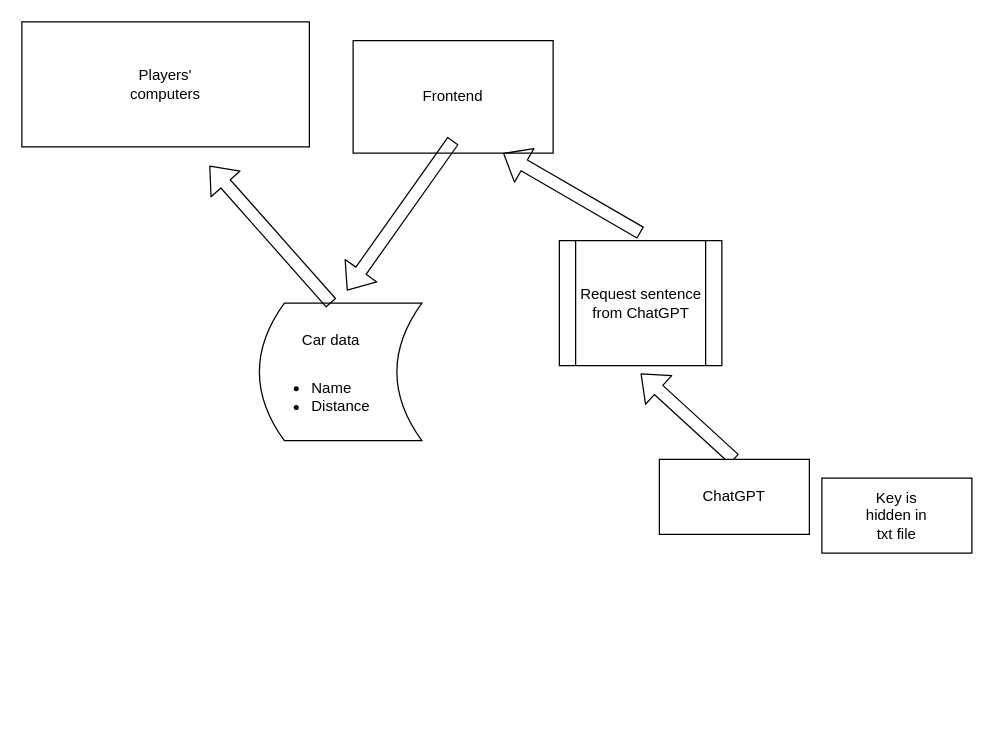
The draw.io diagram diagram.drawio in BobTheFarmer/VACTQ-Backend, before the edit. Source tidied: cells renumbered, new cells numbered last; positions are measured from the earlier drawing's top-left corner, leaving out a move shared by most shapes. Both pictures are drawn from the tidied source at 125%, with x=0, y=0 at pixel (21, 21).
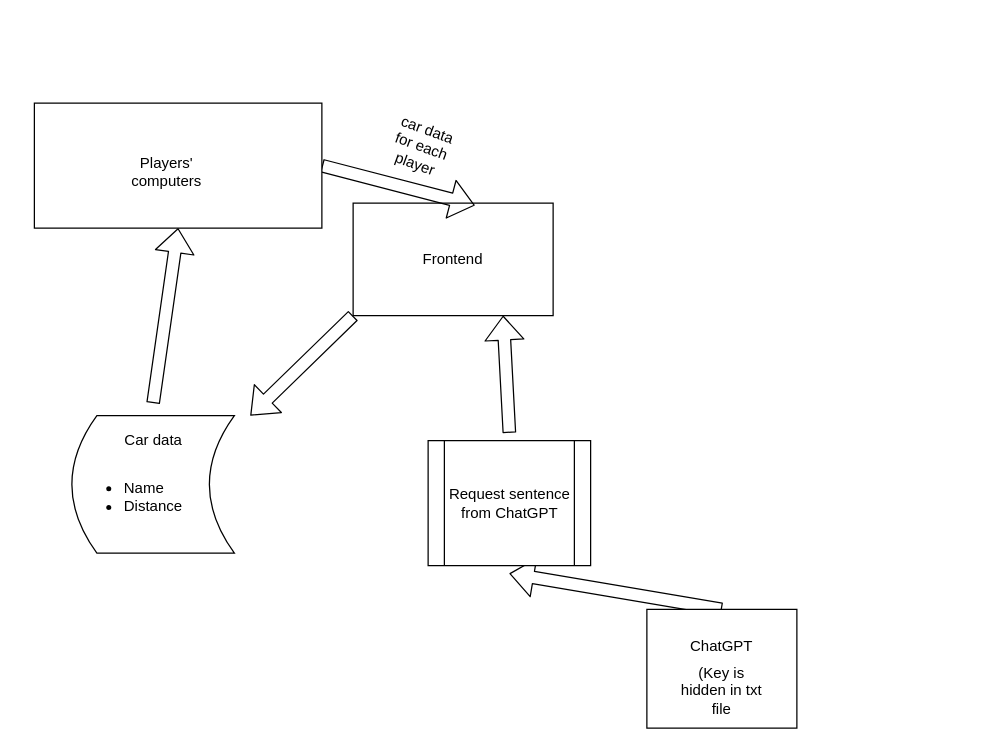
The same page after the edit.

Change to the diagram source:
```diff
@@
+    <mxCell id="19" style="edgeStyle=none;shape=flexArrow;html=1;exitX=0;exitY=1;exitDx=0;exitDy=0;" parent="1" edge="1" source="2" target="8">
+      <mxGeometry relative="1" as="geometry" />
+    </mxCell>
     <mxCell id="2" style="rounded=0;whiteSpace=wrap;html=1;" parent="1" vertex="1">
-      <mxGeometry x="265" y="15" width="160" height="90" as="geometry" />
+      <mxGeometry x="265" y="145" width="160" height="90" as="geometry" />
     </mxCell>
-    <mxCell id="3" style="edgeStyle=none;shape=flexArrow;html=1;exitX=0.5;exitY=1;exitDx=0;exitDy=0;" parent="1" edge="1" source="4">
-      <mxGeometry relative="1" as="geometry">
-        <mxPoint x="260" y="215" as="targetPoint" />
-      </mxGeometry>
-    </mxCell>
     <mxCell id="4" value="Frontend" style="text;html=1;strokeColor=none;fillColor=none;align=center;verticalAlign=middle;whiteSpace=wrap;rounded=0;" parent="1" vertex="1">
-      <mxGeometry x="290" y="25" width="110" height="70" as="geometry" />
+      <mxGeometry x="290" y="155" width="110" height="70" as="geometry" />
     </mxCell>
     <mxCell id="5" style="shape=dataStorage;whiteSpace=wrap;html=1;fixedSize=1;" parent="1" vertex="1">
-      <mxGeometry x="190" y="225" width="130" height="110" as="geometry" />
+      <mxGeometry x="40" y="315" width="130" height="110" as="geometry" />
     </mxCell>
-    <mxCell id="6" style="edgeStyle=none;shape=flexArrow;html=1;exitX=0.5;exitY=0;exitDx=0;exitDy=0;" parent="1" edge="1" source="7">
-      <mxGeometry relative="1" as="geometry">
-        <mxPoint x="150" y="115" as="targetPoint" />
-      </mxGeometry>
-    </mxCell>
+    <mxCell id="20" style="edgeStyle=none;shape=flexArrow;html=1;exitX=0.5;exitY=0;exitDx=0;exitDy=0;entryX=0.5;entryY=1;entryDx=0;entryDy=0;" parent="1" edge="1" source="7" target="15">
+      <mxGeometry relative="1" as="geometry" />
+    </mxCell>
     <mxCell id="7" value="Car data" style="text;html=1;strokeColor=none;fillColor=none;align=center;verticalAlign=middle;whiteSpace=wrap;rounded=0;" parent="1" vertex="1">
-      <mxGeometry x="205" y="225" width="85" height="60" as="geometry" />
+      <mxGeometry x="62.5" y="305" width="85" height="60" as="geometry" />
     </mxCell>
     <mxCell id="8" value="&lt;ul&gt;&lt;li&gt;Name&lt;/li&gt;&lt;li&gt;Distance&lt;/li&gt;&lt;/ul&gt;" style="text;strokeColor=none;fillColor=none;html=1;whiteSpace=wrap;verticalAlign=middle;overflow=hidden;" parent="1" vertex="1">
-      <mxGeometry x="190" y="235" width="152" height="130" as="geometry" />
+      <mxGeometry x="40" y="315" width="152" height="130" as="geometry" />
     </mxCell>
@@
     <mxCell id="10" style="rounded=0;whiteSpace=wrap;html=1;" parent="1" vertex="1">
-      <mxGeometry x="510" y="350" width="120" height="60" as="geometry" />
+      <mxGeometry x="500" y="470" width="120" height="95" as="geometry" />
     </mxCell>
     <mxCell id="11" value="ChatGPT" style="text;html=1;strokeColor=none;fillColor=none;align=center;verticalAlign=middle;whiteSpace=wrap;rounded=0;" parent="1" vertex="1">
-      <mxGeometry x="540" y="365" width="60" height="30" as="geometry" />
+      <mxGeometry x="530" y="485" width="60" height="30" as="geometry" />
     </mxCell>
     <mxCell id="12" style="shape=process;whiteSpace=wrap;html=1;backgroundOutline=1;" parent="1" vertex="1">
-      <mxGeometry x="430" y="175" width="130" height="100" as="geometry" />
+      <mxGeometry x="325" y="335" width="130" height="100" as="geometry" />
     </mxCell>
@@
     <mxCell id="14" value="Request sentence from ChatGPT" style="text;html=1;strokeColor=none;fillColor=none;align=center;verticalAlign=middle;whiteSpace=wrap;rounded=0;" parent="1" vertex="1">
-      <mxGeometry x="437.5" y="168.8" width="115" height="112.5" as="geometry" />
+      <mxGeometry x="332.5" y="328.8" width="115" height="112.5" as="geometry" />
     </mxCell>
+    <mxCell id="21" style="edgeStyle=none;shape=flexArrow;html=1;exitX=1;exitY=0.5;exitDx=0;exitDy=0;entryX=0.608;entryY=0.02;entryDx=0;entryDy=0;entryPerimeter=0;" parent="1" edge="1" source="15" target="2">
+      <mxGeometry relative="1" as="geometry" />
+    </mxCell>
     <mxCell id="15" style="rounded=0;whiteSpace=wrap;html=1;" parent="1" vertex="1">
-      <mxGeometry width="230" height="100" as="geometry" />
+      <mxGeometry x="10" y="65" width="230" height="100" as="geometry" />
     </mxCell>
     <mxCell id="16" value="Players' computers" style="text;html=1;strokeColor=none;fillColor=none;align=center;verticalAlign=middle;whiteSpace=wrap;rounded=0;" parent="1" vertex="1">
-      <mxGeometry x="85" y="35" width="60" height="30" as="geometry" />
+      <mxGeometry x="86" y="105" width="60" height="30" as="geometry" />
     </mxCell>
-    <mxCell id="17" style="rounded=0;whiteSpace=wrap;html=1;" parent="1" vertex="1">
-      <mxGeometry x="640" y="365" width="120" height="60" as="geometry" />
-    </mxCell>
-    <mxCell id="18" value="Key is hidden in txt file" style="text;html=1;strokeColor=none;fillColor=none;align=center;verticalAlign=middle;whiteSpace=wrap;rounded=0;" parent="1" vertex="1">
-      <mxGeometry x="670" y="380" width="60" height="30" as="geometry" />
-    </mxCell>
+    <mxCell id="22" value="(Key is hidden in txt file" style="text;html=1;strokeColor=none;fillColor=none;align=center;verticalAlign=middle;whiteSpace=wrap;rounded=0;" parent="1" vertex="1">
+      <mxGeometry x="525" y="515" width="70" height="40" as="geometry" />
+    </mxCell>
+    <mxCell id="23" value="car data for each player" style="text;html=1;strokeColor=none;fillColor=none;align=center;verticalAlign=middle;whiteSpace=wrap;rounded=0;rotation=20;" parent="1" vertex="1">
+      <mxGeometry x="290" y="85" width="60" height="30" as="geometry" />
+    </mxCell>
```
